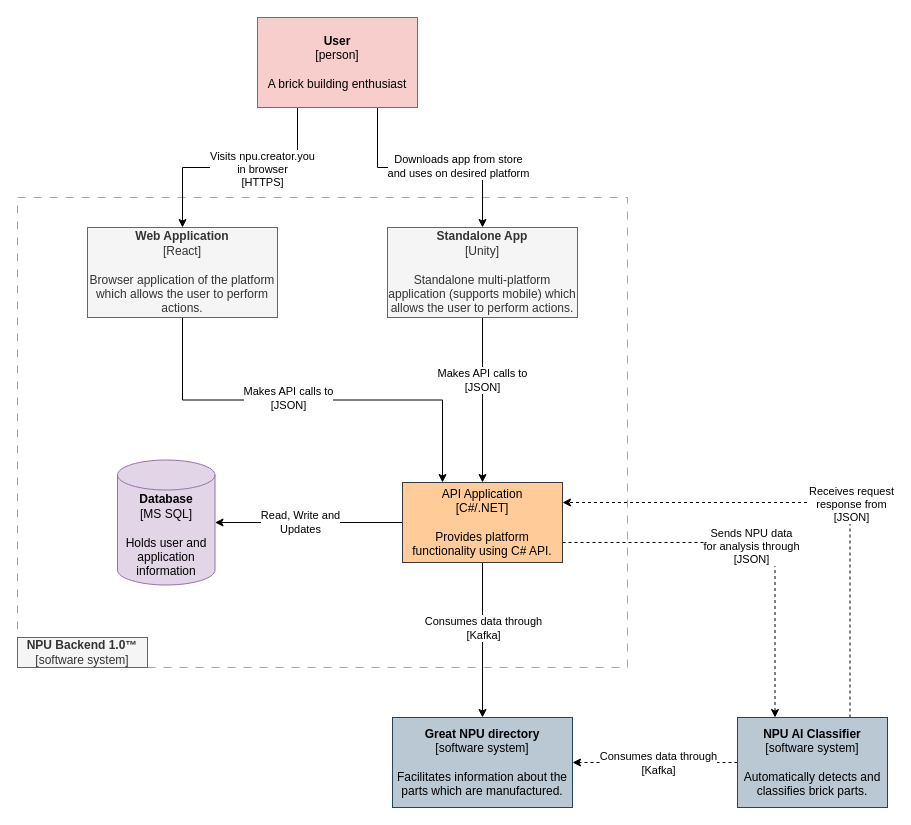
The draw.io diagram Documentation/Level 2.drawio in rarepops/BrickConnect, before the edit. Source tidied: cells renumbered, new cells numbered last; positions are measured from the earlier drawing's top-left corner, leaving out a move shared by most shapes. Both pictures are drawn from the tidied source at 100%, with x=0, y=0 at pixel (17, 17).
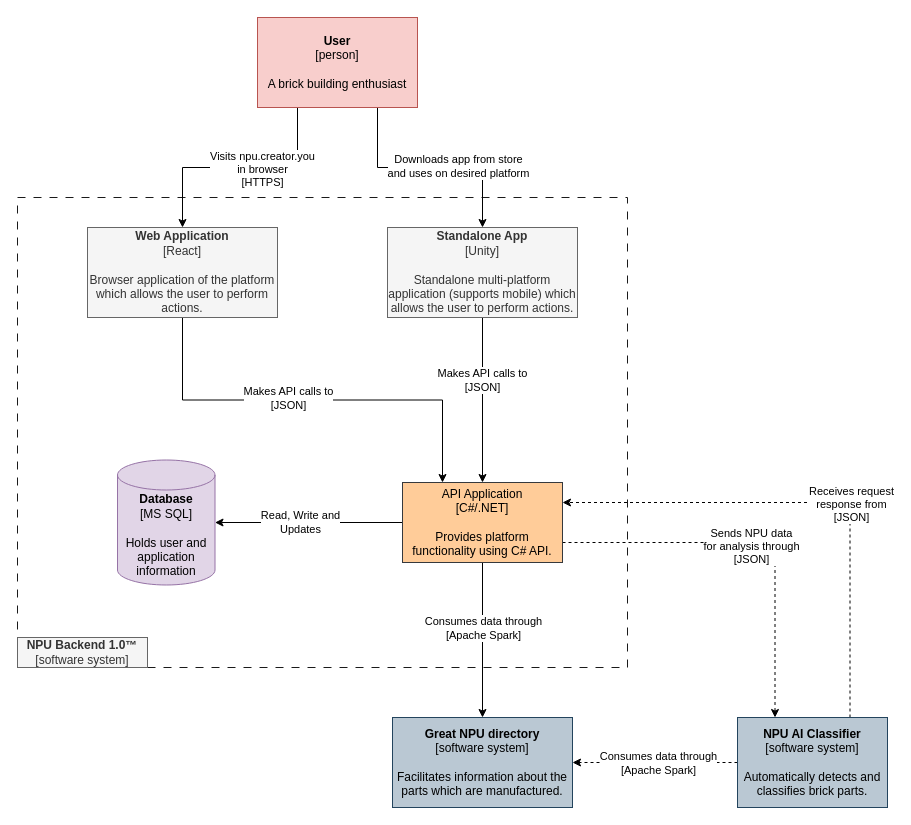
The same diagram, later.

The change refers to these unchanged cells:
```xml
<mxCell id="7" style="edgeStyle=orthogonalEdgeStyle;rounded=0;jettySize=auto;html=1;entryX=0.5;entryY=0;entryDx=0;entryDy=0;" parent="1" edge="1" source="11" target="23">
  <mxGeometry relative="1" as="geometry" />
</mxCell>
<mxCell id="24" style="edgeStyle=orthogonalEdgeStyle;rounded=0;jettySize=auto;html=1;entryX=1;entryY=0.5;entryDx=0;entryDy=0;dashed=1;" parent="1" edge="1" source="28" target="23">
  <mxGeometry relative="1" as="geometry" />
</mxCell>
```

Change to the diagram source:
```diff
@@
-    <mxCell id="2" style="rounded=0;whiteSpace=wrap;html=1;fillColor=none;dashed=1;dashPattern=8 8;strokeColor=#FF9900;" parent="1" vertex="1">
+    <mxCell id="2" style="rounded=0;whiteSpace=wrap;html=1;fillColor=none;dashed=1;dashPattern=8 8;strokeColor=#1A1A1A;" parent="1" vertex="1">
       <mxGeometry y="180" width="610" height="470" as="geometry" />
     </mxCell>
@@
-    <mxCell id="8" value="Consumes data through&lt;br&gt;[Kafka]" style="edgeLabel;html=1;align=center;verticalAlign=middle;" parent="7" vertex="1">
+    <mxCell id="8" value="Consumes data through&lt;br&gt;[Apache Spark]" style="edgeLabel;html=1;align=center;verticalAlign=middle;" parent="7" vertex="1">
       <mxGeometry x="-0.29" y="1" relative="1" as="geometry">
         <mxPoint x="-1" y="10" as="offset" />
       </mxGeometry>
     </mxCell>
@@
-    <mxCell id="25" value="Consumes data through&lt;br&gt;[Kafka]" style="edgeLabel;html=1;align=center;verticalAlign=middle;" parent="24" vertex="1">
+    <mxCell id="25" value="Consumes data through&lt;br&gt;[Apache Spark]" style="edgeLabel;html=1;align=center;verticalAlign=middle;" parent="24" vertex="1">
       <mxGeometry x="0.2" relative="1" as="geometry">
         <mxPoint x="19" as="offset" />
       </mxGeometry>
     </mxCell>
```
